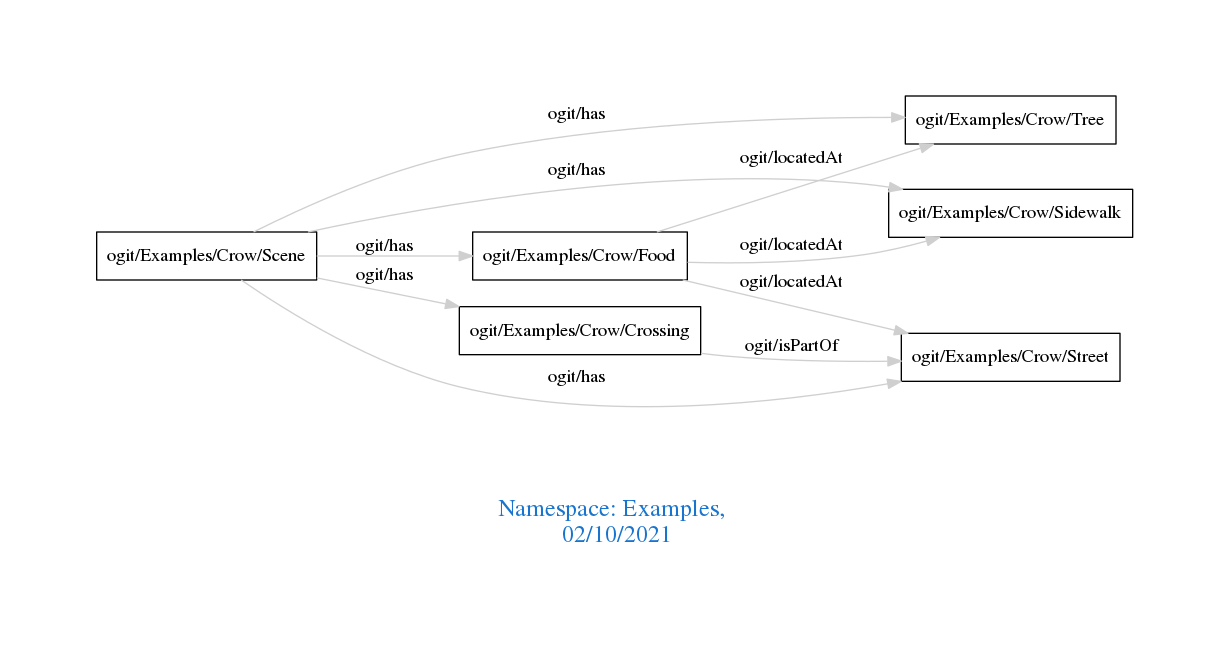
This is downloads/Examples.png from arago/OGIT, a Graphviz export, as it was before one commit. Its source is kept beside it as downloads/Examples.dot.
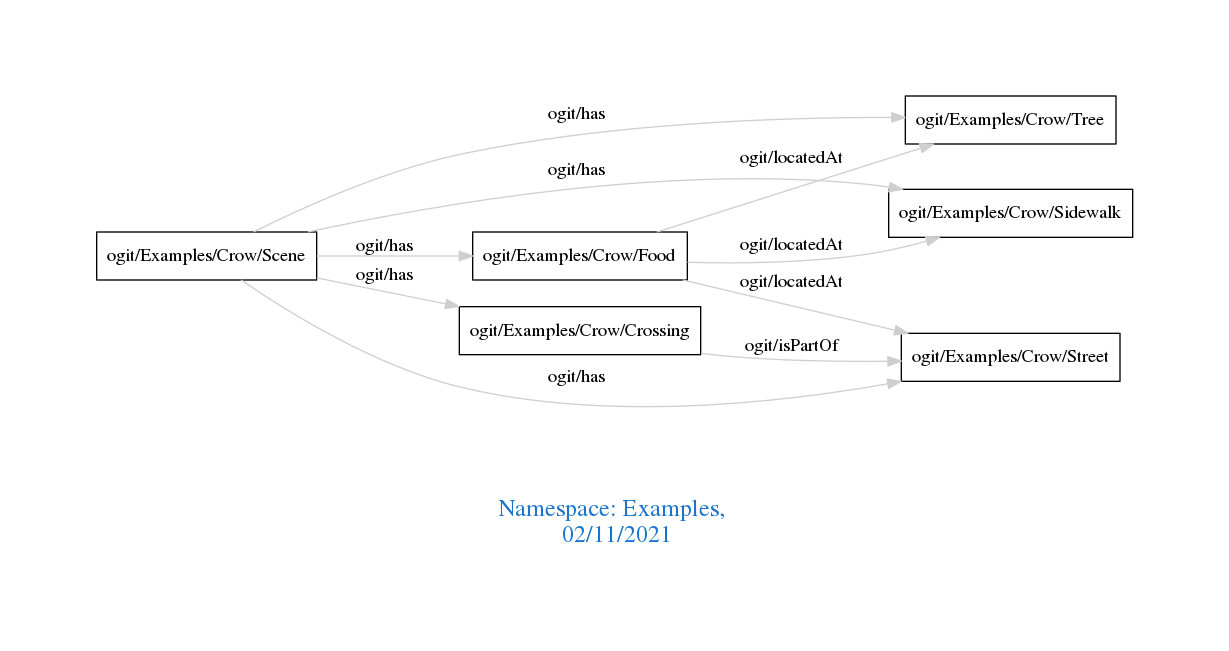
The same diagram one commit later.

The edit, as a diff of the source:
```diff
@@ -1,7 +1,7 @@
 digraph OGIT_ontology {
  graph [ rankdir= LR,pad=1
 fontsize = 18,
-fontcolor= dodgerblue3,label = "\n\n\nNamespace: Examples, \n 02/10/2021"];
+fontcolor= dodgerblue3,label = "\n\n\nNamespace: Examples, \n 02/11/2021"];
 node[shape=polygon];
 edge [  color="gray81"];
 
```
